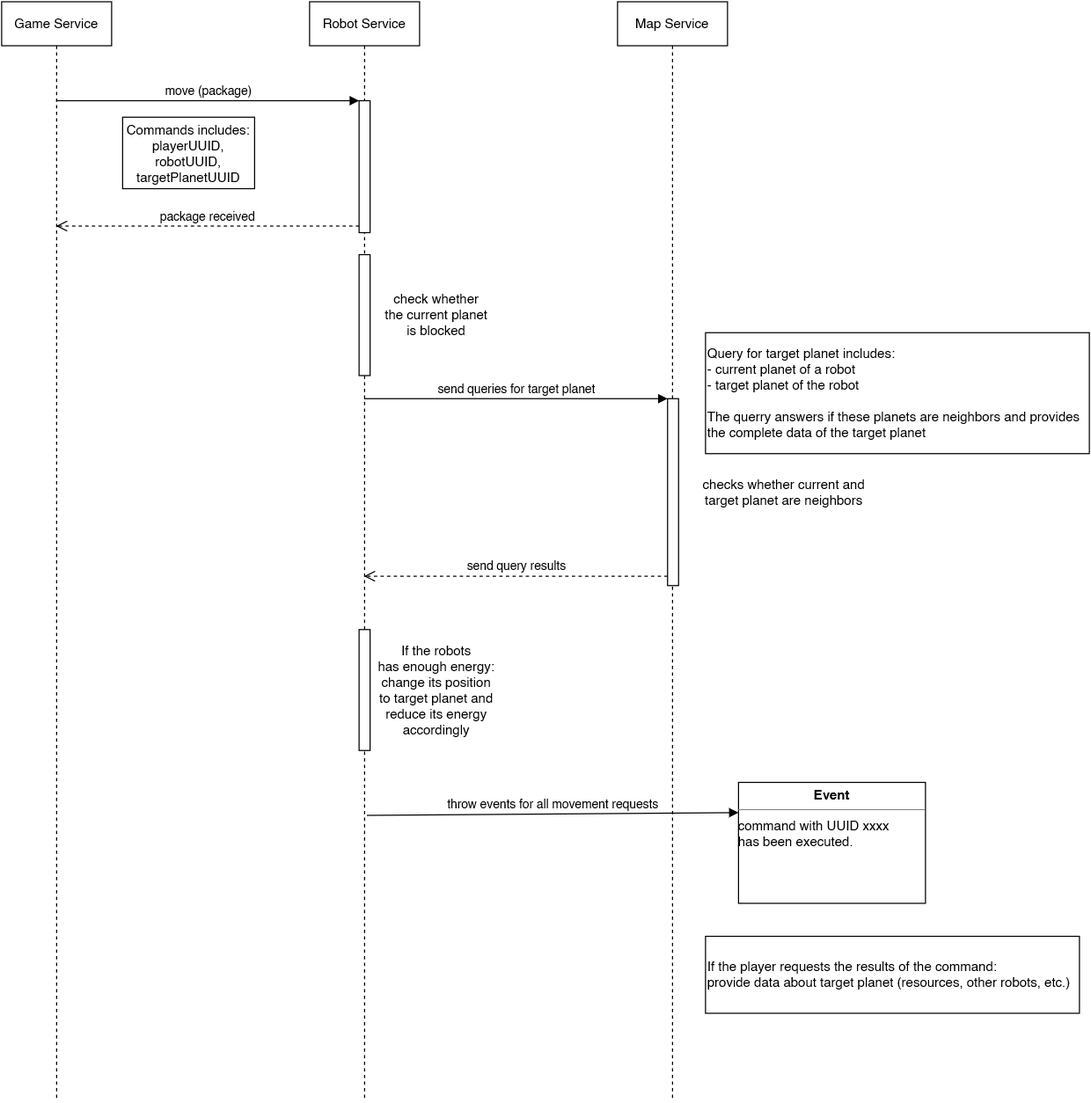
This is _decisions/images/robot-movent-seq.png from The-Microservice-Dungeon/decisionlog, a draw.io export, as it was before one commit. Source tidied: cells renumbered, new cells last; positions are measured from the earlier drawing's top-left corner, leaving out a move shared by most shapes. The source it was exported from:
```xml
<mxGraphModel>
  <root>
    <mxCell id="0" />
    <mxCell id="1" parent="0" />
    <mxCell id="2" value="Game Service" style="shape=umlLifeline;perimeter=lifelinePerimeter;whiteSpace=wrap;html=1;outlineConnect=0;" parent="1" vertex="1">
      <mxGeometry width="100" height="1000" as="geometry" />
    </mxCell>
    <mxCell id="3" value="Robot Service" style="shape=umlLifeline;perimeter=lifelinePerimeter;whiteSpace=wrap;html=1;" parent="1" vertex="1">
      <mxGeometry x="280" width="100" height="1000" as="geometry" />
    </mxCell>
    <mxCell id="4" style="html=1;points=[];perimeter=orthogonalPerimeter;" parent="3" vertex="1">
      <mxGeometry x="45" y="90" width="10" height="120" as="geometry" />
    </mxCell>
    <mxCell id="5" value="&lt;div&gt;If the robots&lt;/div&gt;&lt;div&gt;has enough energy:&lt;/div&gt;&lt;div&gt;change its position&lt;/div&gt;&lt;div&gt;to target planet and&lt;/div&gt;&lt;div&gt;reduce its energy&lt;/div&gt;&lt;div&gt;accordingly &lt;br&gt;&lt;/div&gt;" style="html=1;perimeter=orthogonalPerimeter;spacingLeft=130;" parent="3" vertex="1">
      <mxGeometry x="45" y="571" width="10" height="110" as="geometry" />
    </mxCell>
    <mxCell id="6" value="throw events for all movement requests" style="html=1;verticalAlign=bottom;endArrow=block;rounded=0;entryX=0;entryY=0.25;entryDx=0;entryDy=0;" parent="3" edge="1" target="8">
      <mxGeometry relative="1" as="geometry">
        <mxPoint x="52" y="740" as="sourcePoint" />
        <Array as="points">
          <mxPoint x="52" y="740" />
        </Array>
      </mxGeometry>
    </mxCell>
    <mxCell id="7" value="&lt;div&gt;check whether&lt;/div&gt;&lt;div&gt;the current planet&lt;/div&gt;&lt;div&gt;is blocked&lt;br&gt;&lt;/div&gt;" style="html=1;perimeter=orthogonalPerimeter;spacingLeft=130;" parent="3" vertex="1">
      <mxGeometry x="45" y="230" width="10" height="110" as="geometry" />
    </mxCell>
    <mxCell id="8" value="&lt;p style=&quot;margin: 0px ; margin-top: 4px ; text-align: center&quot;&gt;&lt;b&gt;Event&lt;/b&gt;&lt;/p&gt;&lt;hr size=&quot;1&quot;&gt;&lt;div style=&quot;height: 2px&quot;&gt;command with UUID xxxx&lt;/div&gt;&lt;div style=&quot;height: 2px&quot;&gt;&lt;br&gt;&lt;/div&gt;&lt;div style=&quot;height: 2px&quot;&gt;&lt;br&gt;&lt;/div&gt;&lt;div style=&quot;height: 2px&quot;&gt;&lt;br&gt;&lt;/div&gt;&lt;div style=&quot;height: 2px&quot;&gt;&lt;br&gt;&lt;/div&gt;&lt;div style=&quot;height: 2px&quot;&gt;&lt;br&gt;&lt;/div&gt;&lt;div style=&quot;height: 2px&quot;&gt;&lt;br&gt;&lt;/div&gt;&lt;div style=&quot;height: 2px&quot;&gt;has been executed.&lt;/div&gt;&lt;div style=&quot;height: 2px&quot;&gt;&lt;br&gt;&lt;/div&gt;&lt;div style=&quot;height: 2px&quot;&gt;&lt;br&gt;&lt;/div&gt;&lt;div style=&quot;height: 2px&quot;&gt;&lt;br&gt;&lt;/div&gt;&lt;div style=&quot;height: 2px&quot;&gt;&lt;br&gt;&lt;/div&gt;&lt;div style=&quot;height: 2px&quot;&gt;&lt;br&gt;&lt;/div&gt;&lt;div style=&quot;height: 2px&quot;&gt;&lt;br&gt;&lt;/div&gt;&lt;div style=&quot;height: 2px&quot;&gt;&lt;br&gt;&lt;/div&gt;&lt;div style=&quot;height: 2px&quot;&gt;&lt;br&gt;&lt;/div&gt;&lt;div style=&quot;height: 2px&quot;&gt;&lt;br&gt;&lt;/div&gt;&lt;div style=&quot;height: 2px&quot;&gt;&lt;br&gt;&lt;/div&gt;&lt;div style=&quot;height: 2px&quot;&gt;&lt;br&gt;&lt;/div&gt;&lt;div style=&quot;height: 2px&quot;&gt;&lt;br&gt;&lt;/div&gt;" style="verticalAlign=top;align=left;overflow=fill;fontSize=12;fontFamily=Helvetica;html=1;" parent="1" vertex="1">
      <mxGeometry x="670" y="710" width="170" height="110" as="geometry" />
    </mxCell>
    <mxCell id="9" value="&lt;div&gt;Commands includes:&lt;/div&gt;&lt;div&gt;playerUUID, robotUUID,&lt;/div&gt;&lt;div&gt;targetPlanetUUID&lt;/div&gt;" style="rounded=0;whiteSpace=wrap;html=1;" parent="1" vertex="1">
      <mxGeometry x="110" y="105" width="120" height="65" as="geometry" />
    </mxCell>
    <mxCell id="10" value="move (package)" style="html=1;verticalAlign=bottom;endArrow=block;entryX=0;entryY=0;rounded=0;" parent="1" edge="1" source="2" target="4">
      <mxGeometry relative="1" as="geometry" />
    </mxCell>
    <mxCell id="11" value="package received" style="html=1;verticalAlign=bottom;endArrow=open;dashed=1;endSize=8;exitX=0;exitY=0.95;rounded=0;" parent="1" edge="1" source="4" target="2">
      <mxGeometry relative="1" as="geometry" />
    </mxCell>
    <mxCell id="12" value="Map Service" style="shape=umlLifeline;perimeter=lifelinePerimeter;whiteSpace=wrap;html=1;" parent="1" vertex="1">
      <mxGeometry x="560" width="100" height="1000" as="geometry" />
    </mxCell>
    <mxCell id="13" value="&lt;div&gt;checks&amp;nbsp;whether current and&lt;/div&gt;&lt;div&gt;target planet are neighbors&lt;br&gt;&lt;/div&gt;" style="html=1;points=[];perimeter=orthogonalPerimeter;spacingLeft=200;" parent="12" vertex="1">
      <mxGeometry x="45.5" y="361" width="10" height="170" as="geometry" />
    </mxCell>
    <mxCell id="14" value="&lt;div&gt;send queries for target planet&lt;br&gt;&lt;/div&gt;" style="html=1;verticalAlign=bottom;endArrow=block;entryX=0;entryY=0;rounded=0;" parent="1" edge="1" target="13">
      <mxGeometry relative="1" as="geometry">
        <mxPoint x="329.5" y="361" as="sourcePoint" />
      </mxGeometry>
    </mxCell>
    <mxCell id="15" value="&lt;div&gt;send query results&lt;br&gt;&lt;/div&gt;" style="html=1;verticalAlign=bottom;endArrow=open;dashed=1;endSize=8;exitX=0;exitY=0.95;rounded=0;" parent="1" edge="1" source="13">
      <mxGeometry relative="1" as="geometry">
        <mxPoint x="329.5" y="522.5" as="targetPoint" />
      </mxGeometry>
    </mxCell>
    <mxCell id="16" value="&lt;div&gt;Query for target planet includes:&lt;/div&gt;&lt;div&gt;- current planet of a robot&lt;/div&gt;&lt;div&gt;- target planet of the robot&lt;/div&gt;&lt;div&gt;&lt;br&gt;&lt;/div&gt;&lt;div&gt;The querry answers if these planets are neighbors and provides the complete data of the target planet&lt;br&gt;&lt;/div&gt;" style="rounded=0;whiteSpace=wrap;html=1;align=left;" parent="1" vertex="1">
      <mxGeometry x="640" y="301" width="349" height="110" as="geometry" />
    </mxCell>
    <mxCell id="17" value="&lt;div&gt;If the player requests the results of the command:&lt;/div&gt;&lt;div&gt;provide data about target planet (resources, other robots, etc.)&lt;br&gt;&lt;/div&gt;" style="rounded=0;whiteSpace=wrap;html=1;align=left;" parent="1" vertex="1">
      <mxGeometry x="640" y="850" width="340" height="70" as="geometry" />
    </mxCell>
  </root>
</mxGraphModel>
```
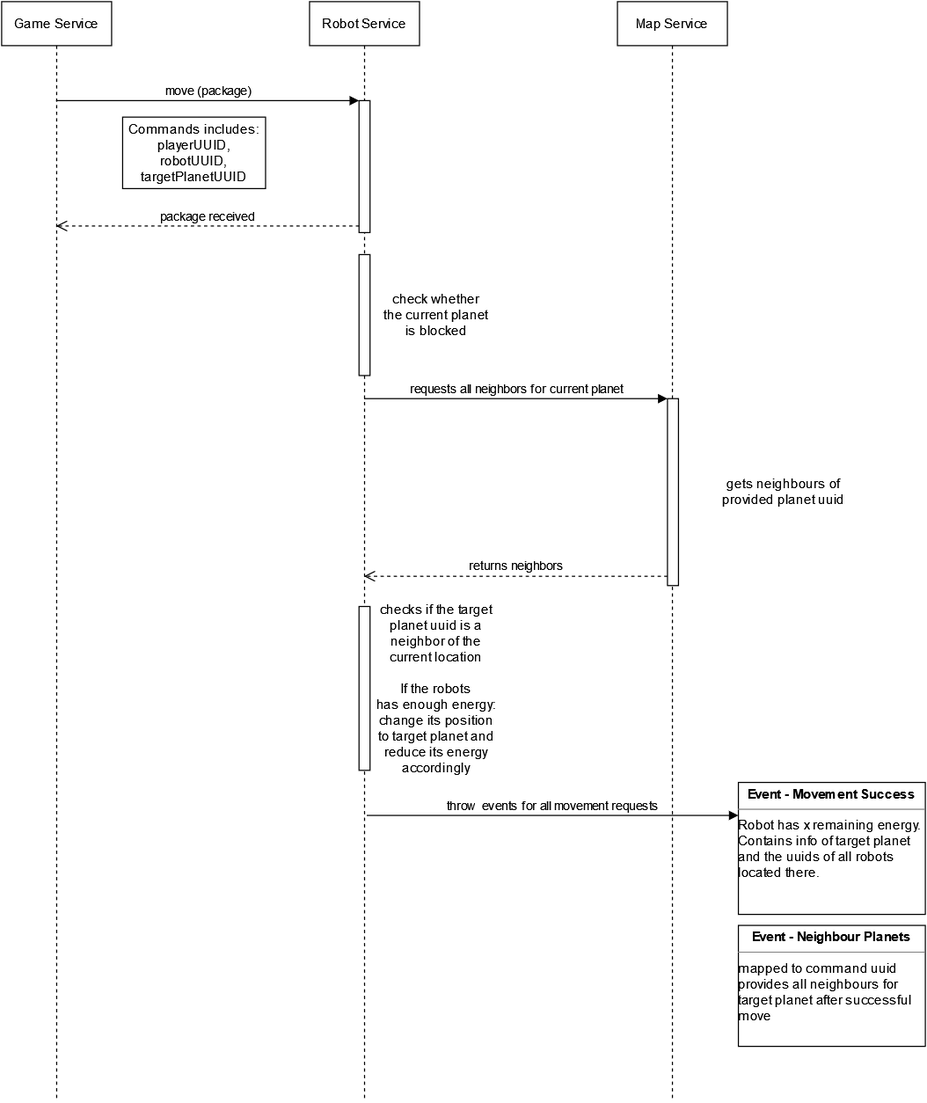
Above is the later version.

The edit, as a diff of the source:
```diff
@@ -11,8 +11,8 @@
     <mxCell id="4" style="html=1;points=[];perimeter=orthogonalPerimeter;" parent="3" vertex="1">
       <mxGeometry x="45" y="90" width="10" height="120" as="geometry" />
     </mxCell>
-    <mxCell id="5" value="&lt;div&gt;If the robots&lt;/div&gt;&lt;div&gt;has enough energy:&lt;/div&gt;&lt;div&gt;change its position&lt;/div&gt;&lt;div&gt;to target planet and&lt;/div&gt;&lt;div&gt;reduce its energy&lt;/div&gt;&lt;div&gt;accordingly &lt;br&gt;&lt;/div&gt;" style="html=1;perimeter=orthogonalPerimeter;spacingLeft=130;" parent="3" vertex="1">
-      <mxGeometry x="45" y="571" width="10" height="110" as="geometry" />
+    <mxCell id="5" value="&lt;div&gt;checks if the target &lt;br&gt;planet uuid is a &lt;br&gt;neighbor of the&lt;br&gt;current location&lt;br&gt;&lt;br&gt;If the robots&lt;/div&gt;&lt;div&gt;has enough energy:&lt;/div&gt;&lt;div&gt;change its position&lt;/div&gt;&lt;div&gt;to target planet and&lt;/div&gt;&lt;div&gt;reduce its energy&lt;/div&gt;&lt;div&gt;accordingly &lt;br&gt;&lt;/div&gt;" style="html=1;perimeter=orthogonalPerimeter;spacingLeft=130;" parent="3" vertex="1">
+      <mxGeometry x="45" y="550" width="10" height="149" as="geometry" />
     </mxCell>
     <mxCell id="6" value="throw events for all movement requests" style="html=1;verticalAlign=bottom;endArrow=block;rounded=0;entryX=0;entryY=0.25;entryDx=0;entryDy=0;" parent="3" edge="1" target="8">
       <mxGeometry relative="1" as="geometry">
@@ -25,11 +25,11 @@
     <mxCell id="7" value="&lt;div&gt;check whether&lt;/div&gt;&lt;div&gt;the current planet&lt;/div&gt;&lt;div&gt;is blocked&lt;br&gt;&lt;/div&gt;" style="html=1;perimeter=orthogonalPerimeter;spacingLeft=130;" parent="3" vertex="1">
       <mxGeometry x="45" y="230" width="10" height="110" as="geometry" />
     </mxCell>
-    <mxCell id="8" value="&lt;p style=&quot;margin: 0px ; margin-top: 4px ; text-align: center&quot;&gt;&lt;b&gt;Event&lt;/b&gt;&lt;/p&gt;&lt;hr size=&quot;1&quot;&gt;&lt;div style=&quot;height: 2px&quot;&gt;command with UUID xxxx&lt;/div&gt;&lt;div style=&quot;height: 2px&quot;&gt;&lt;br&gt;&lt;/div&gt;&lt;div style=&quot;height: 2px&quot;&gt;&lt;br&gt;&lt;/div&gt;&lt;div style=&quot;height: 2px&quot;&gt;&lt;br&gt;&lt;/div&gt;&lt;div style=&quot;height: 2px&quot;&gt;&lt;br&gt;&lt;/div&gt;&lt;div style=&quot;height: 2px&quot;&gt;&lt;br&gt;&lt;/div&gt;&lt;div style=&quot;height: 2px&quot;&gt;&lt;br&gt;&lt;/div&gt;&lt;div style=&quot;height: 2px&quot;&gt;has been executed.&lt;/div&gt;&lt;div style=&quot;height: 2px&quot;&gt;&lt;br&gt;&lt;/div&gt;&lt;div style=&quot;height: 2px&quot;&gt;&lt;br&gt;&lt;/div&gt;&lt;div style=&quot;height: 2px&quot;&gt;&lt;br&gt;&lt;/div&gt;&lt;div style=&quot;height: 2px&quot;&gt;&lt;br&gt;&lt;/div&gt;&lt;div style=&quot;height: 2px&quot;&gt;&lt;br&gt;&lt;/div&gt;&lt;div style=&quot;height: 2px&quot;&gt;&lt;br&gt;&lt;/div&gt;&lt;div style=&quot;height: 2px&quot;&gt;&lt;br&gt;&lt;/div&gt;&lt;div style=&quot;height: 2px&quot;&gt;&lt;br&gt;&lt;/div&gt;&lt;div style=&quot;height: 2px&quot;&gt;&lt;br&gt;&lt;/div&gt;&lt;div style=&quot;height: 2px&quot;&gt;&lt;br&gt;&lt;/div&gt;&lt;div style=&quot;height: 2px&quot;&gt;&lt;br&gt;&lt;/div&gt;&lt;div style=&quot;height: 2px&quot;&gt;&lt;br&gt;&lt;/div&gt;" style="verticalAlign=top;align=left;overflow=fill;fontSize=12;fontFamily=Helvetica;html=1;" parent="1" vertex="1">
-      <mxGeometry x="670" y="710" width="170" height="110" as="geometry" />
+    <mxCell id="8" value="&lt;p style=&quot;margin: 0px ; margin-top: 4px ; text-align: center&quot;&gt;&lt;b&gt;Event - Movement Success&lt;br&gt;&lt;/b&gt;&lt;/p&gt;&lt;hr size=&quot;1&quot;&gt;&lt;div style=&quot;height: 2px&quot;&gt;Robot has x remaining energy.&lt;br&gt;Contains info of target planet&lt;br&gt;and the uuids of all robots &lt;br&gt;located there.&lt;br&gt;&lt;/div&gt;&lt;div style=&quot;height: 2px&quot;&gt;&lt;br&gt;&lt;/div&gt;&lt;div style=&quot;height: 2px&quot;&gt;&lt;br&gt;&lt;/div&gt;&lt;div style=&quot;height: 2px&quot;&gt;&lt;br&gt;&lt;/div&gt;&lt;div style=&quot;height: 2px&quot;&gt;&lt;br&gt;&lt;/div&gt;&lt;div style=&quot;height: 2px&quot;&gt;&lt;br&gt;&lt;/div&gt;&lt;div style=&quot;height: 2px&quot;&gt;&lt;br&gt;&lt;/div&gt;&lt;div style=&quot;height: 2px&quot;&gt;&lt;br&gt;&lt;/div&gt;&lt;div style=&quot;height: 2px&quot;&gt;&lt;br&gt;&lt;/div&gt;&lt;div style=&quot;height: 2px&quot;&gt;&lt;br&gt;&lt;/div&gt;&lt;div style=&quot;height: 2px&quot;&gt;&lt;br&gt;&lt;/div&gt;&lt;div style=&quot;height: 2px&quot;&gt;&lt;br&gt;&lt;/div&gt;&lt;div style=&quot;height: 2px&quot;&gt;&lt;br&gt;&lt;/div&gt;" style="verticalAlign=top;align=left;overflow=fill;fontSize=12;fontFamily=Helvetica;html=1;" parent="1" vertex="1">
+      <mxGeometry x="670" y="710" width="170" height="120" as="geometry" />
     </mxCell>
     <mxCell id="9" value="&lt;div&gt;Commands includes:&lt;/div&gt;&lt;div&gt;playerUUID, robotUUID,&lt;/div&gt;&lt;div&gt;targetPlanetUUID&lt;/div&gt;" style="rounded=0;whiteSpace=wrap;html=1;" parent="1" vertex="1">
-      <mxGeometry x="110" y="105" width="120" height="65" as="geometry" />
+      <mxGeometry x="110" y="105" width="130" height="65" as="geometry" />
     </mxCell>
     <mxCell id="10" value="move (package)" style="html=1;verticalAlign=bottom;endArrow=block;entryX=0;entryY=0;rounded=0;" parent="1" edge="1" source="2" target="4">
       <mxGeometry relative="1" as="geometry" />
@@ -40,24 +40,21 @@
     <mxCell id="12" value="Map Service" style="shape=umlLifeline;perimeter=lifelinePerimeter;whiteSpace=wrap;html=1;" parent="1" vertex="1">
       <mxGeometry x="560" width="100" height="1000" as="geometry" />
     </mxCell>
-    <mxCell id="13" value="&lt;div&gt;checks&amp;nbsp;whether current and&lt;/div&gt;&lt;div&gt;target planet are neighbors&lt;br&gt;&lt;/div&gt;" style="html=1;points=[];perimeter=orthogonalPerimeter;spacingLeft=200;" parent="12" vertex="1">
+    <mxCell id="13" value="gets neighbours of &lt;br&gt;provided planet uuid" style="html=1;points=[];perimeter=orthogonalPerimeter;spacingLeft=200;" parent="12" vertex="1">
       <mxGeometry x="45.5" y="361" width="10" height="170" as="geometry" />
     </mxCell>
-    <mxCell id="14" value="&lt;div&gt;send queries for target planet&lt;br&gt;&lt;/div&gt;" style="html=1;verticalAlign=bottom;endArrow=block;entryX=0;entryY=0;rounded=0;" parent="1" edge="1" target="13">
+    <mxCell id="14" value="requests all neighbors for current planet" style="html=1;verticalAlign=bottom;endArrow=block;entryX=0;entryY=0;rounded=0;" parent="1" edge="1" target="13">
       <mxGeometry relative="1" as="geometry">
         <mxPoint x="329.5" y="361" as="sourcePoint" />
       </mxGeometry>
     </mxCell>
-    <mxCell id="15" value="&lt;div&gt;send query results&lt;br&gt;&lt;/div&gt;" style="html=1;verticalAlign=bottom;endArrow=open;dashed=1;endSize=8;exitX=0;exitY=0.95;rounded=0;" parent="1" edge="1" source="13">
+    <mxCell id="15" value="returns neighbors" style="html=1;verticalAlign=bottom;endArrow=open;dashed=1;endSize=8;exitX=0;exitY=0.95;rounded=0;" parent="1" edge="1" source="13">
       <mxGeometry relative="1" as="geometry">
         <mxPoint x="329.5" y="522.5" as="targetPoint" />
       </mxGeometry>
     </mxCell>
-    <mxCell id="16" value="&lt;div&gt;Query for target planet includes:&lt;/div&gt;&lt;div&gt;- current planet of a robot&lt;/div&gt;&lt;div&gt;- target planet of the robot&lt;/div&gt;&lt;div&gt;&lt;br&gt;&lt;/div&gt;&lt;div&gt;The querry answers if these planets are neighbors and provides the complete data of the target planet&lt;br&gt;&lt;/div&gt;" style="rounded=0;whiteSpace=wrap;html=1;align=left;" parent="1" vertex="1">
-      <mxGeometry x="640" y="301" width="349" height="110" as="geometry" />
-    </mxCell>
-    <mxCell id="17" value="&lt;div&gt;If the player requests the results of the command:&lt;/div&gt;&lt;div&gt;provide data about target planet (resources, other robots, etc.)&lt;br&gt;&lt;/div&gt;" style="rounded=0;whiteSpace=wrap;html=1;align=left;" parent="1" vertex="1">
-      <mxGeometry x="640" y="850" width="340" height="70" as="geometry" />
-    </mxCell>
+    <mxCell id="18" value="&lt;p style=&quot;margin: 0px ; margin-top: 4px ; text-align: center&quot;&gt;&lt;b&gt;Event - Neighbour Planets&lt;br&gt;&lt;/b&gt;&lt;/p&gt;&lt;hr size=&quot;1&quot;&gt;mapped to command uuid&lt;br&gt;provides all neighbours for &lt;br&gt;target planet after successful&lt;br&gt;move" style="verticalAlign=top;align=left;overflow=fill;fontSize=12;fontFamily=Helvetica;html=1;" parent="1" vertex="1">
+      <mxGeometry x="670" y="840" width="170" height="110" as="geometry" />
+    </mxCell>
   </root>
 </mxGraphModel>
```
